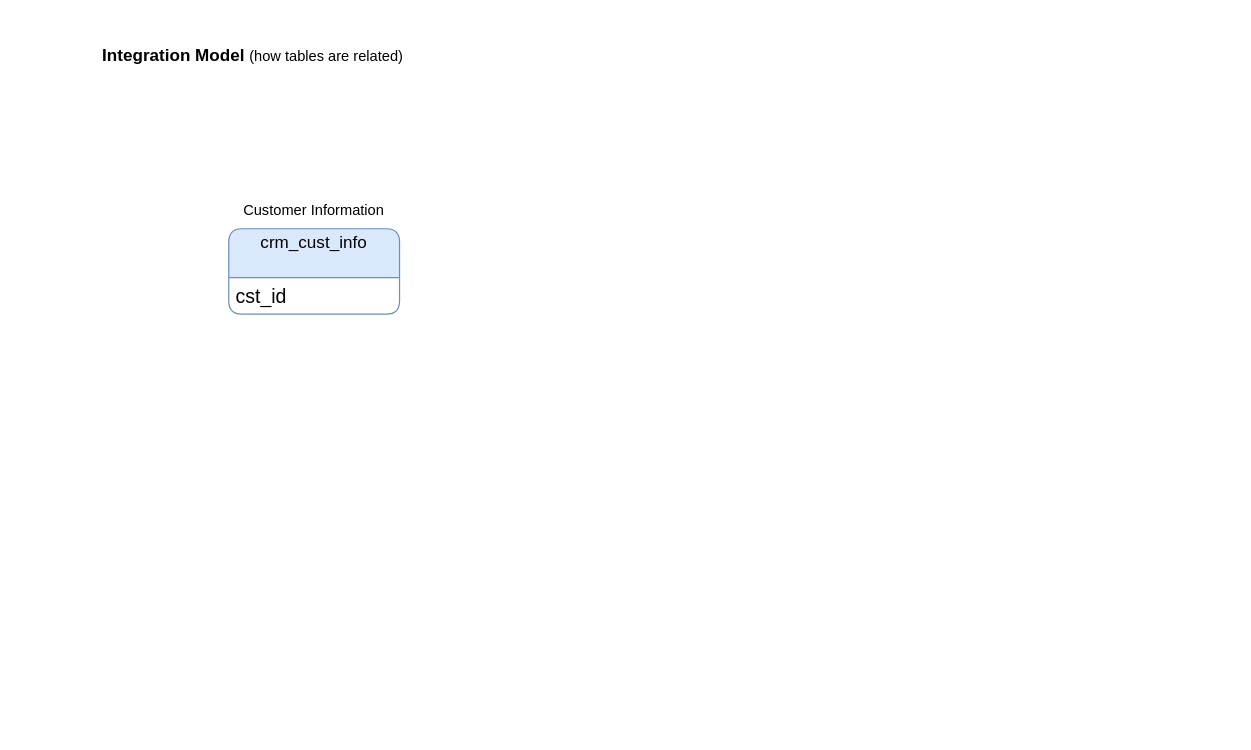
Earlier version of the draw.io diagram DFD for DWH Project/Tables.drawio (Kalyani-Burra/sql-data-warehouse-project). Source tidied: cells renumbered, new cells numbered last; positions are measured from the earlier drawing's top-left corner, leaving out a move shared by most shapes. Both pictures are drawn from the tidied source at 122%, with x=0, y=0 at pixel (94, 33).
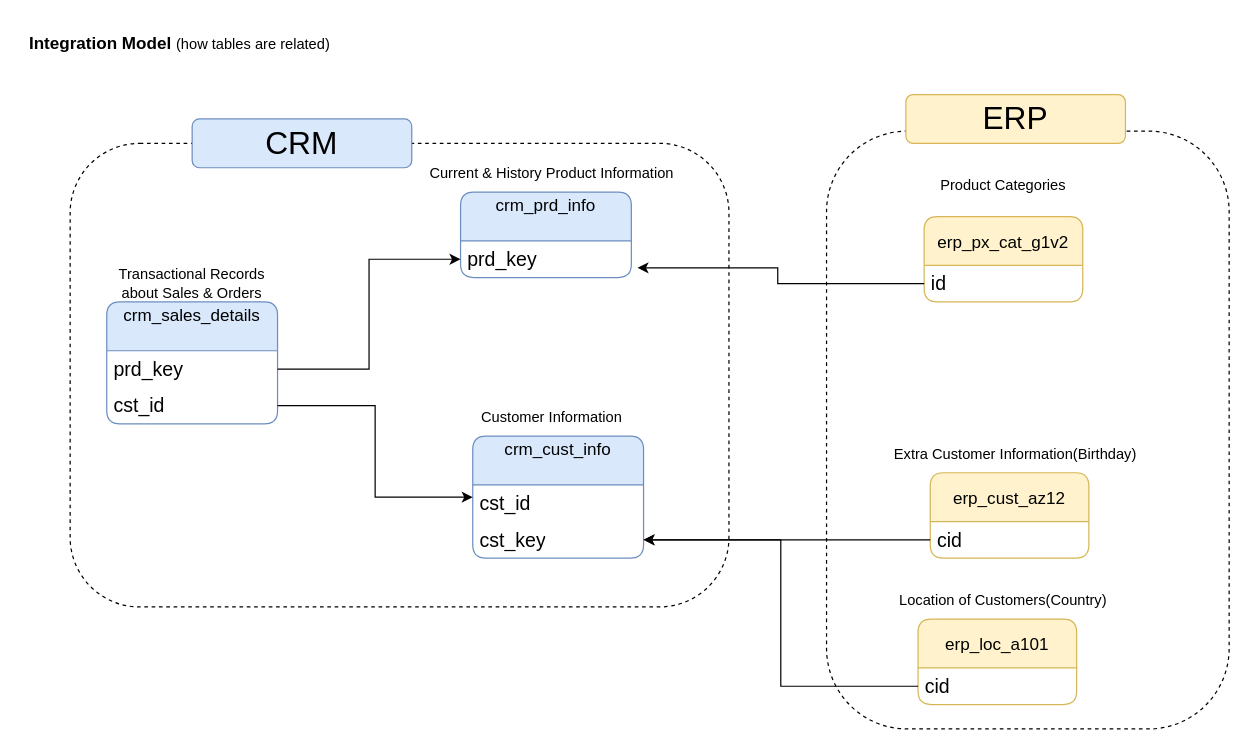
After the change.

What changed in the source:
```diff
@@
     <mxCell id="2" value="&lt;font style=&quot;font-size: 14px;&quot;&gt;crm_cust_info&lt;/font&gt;&lt;div&gt;&lt;br&gt;&lt;/div&gt;" style="swimlane;fontStyle=0;horizontal=1;startSize=40;whiteSpace=wrap;html=1;rounded=1;fillColor=#dae8fc;strokeColor=#6c8ebf;fontSize=16;align=center;verticalAlign=middle;arcSize=9;" parent="1" vertex="1">
-      <mxGeometry x="110" y="160" width="140" height="70" as="geometry" />
+      <mxGeometry x="310" y="330" width="140" height="100" as="geometry" />
     </mxCell>
@@
+    <mxCell id="6" value="cst_key" style="text;strokeColor=none;fillColor=none;align=left;verticalAlign=middle;spacingLeft=4;spacingRight=4;overflow=hidden;points=[[0,0.5],[1,0.5]];portConstraint=eastwest;whiteSpace=wrap;html=1;fontSize=16;" parent="2" vertex="1">
+      <mxGeometry y="70" width="140" height="30" as="geometry" />
+    </mxCell>
     <mxCell id="4" value="&lt;b&gt;&lt;font style=&quot;font-size: 14px;&quot;&gt;Integration Model &lt;/font&gt;&lt;/b&gt;(how tables are related)&lt;div&gt;&lt;br&gt;&lt;/div&gt;" style="text;html=1;whiteSpace=wrap;strokeColor=#FFFFFF;fillColor=none;align=center;verticalAlign=middle;rounded=0;dashed=1;" parent="1" vertex="1">
-      <mxGeometry width="260" height="50" as="geometry" />
+      <mxGeometry x="-60" y="-10" width="260" height="50" as="geometry" />
     </mxCell>
     <mxCell id="5" value="Customer Information" style="text;html=1;whiteSpace=wrap;strokeColor=none;fillColor=none;align=center;verticalAlign=middle;rounded=0;" parent="1" vertex="1">
-      <mxGeometry x="115" y="130" width="130" height="30" as="geometry" />
+      <mxGeometry x="310" y="300" width="130" height="30" as="geometry" />
     </mxCell>
+    <mxCell id="7" value="&lt;font style=&quot;font-size: 14px;&quot;&gt;crm_prd_info&lt;/font&gt;&lt;div&gt;&lt;br&gt;&lt;/div&gt;" style="swimlane;fontStyle=0;horizontal=1;startSize=40;whiteSpace=wrap;html=1;rounded=1;fillColor=#dae8fc;strokeColor=#6c8ebf;fontSize=16;align=center;verticalAlign=middle;arcSize=9;" parent="1" vertex="1">
+      <mxGeometry x="300" y="130" width="140" height="70" as="geometry" />
+    </mxCell>
+    <mxCell id="8" value="prd_key" style="text;strokeColor=none;fillColor=none;align=left;verticalAlign=middle;spacingLeft=4;spacingRight=4;overflow=hidden;points=[[0,0.5],[1,0.5]];portConstraint=eastwest;whiteSpace=wrap;html=1;fontSize=16;" parent="7" vertex="1">
+      <mxGeometry y="40" width="140" height="30" as="geometry" />
+    </mxCell>
+    <mxCell id="9" value="Current &amp;amp; History Product Information" style="text;html=1;whiteSpace=wrap;strokeColor=none;fillColor=none;align=center;verticalAlign=middle;rounded=0;" parent="1" vertex="1">
+      <mxGeometry x="270" y="100" width="210" height="30" as="geometry" />
+    </mxCell>
+    <mxCell id="10" value="&lt;font style=&quot;font-size: 14px;&quot;&gt;crm_sales_details&lt;/font&gt;&lt;div&gt;&lt;br&gt;&lt;/div&gt;" style="swimlane;fontStyle=0;horizontal=1;startSize=40;whiteSpace=wrap;html=1;rounded=1;fillColor=#dae8fc;strokeColor=#6c8ebf;fontSize=16;align=center;verticalAlign=middle;arcSize=9;" parent="1" vertex="1">
+      <mxGeometry x="10" y="220" width="140" height="100" as="geometry" />
+    </mxCell>
+    <mxCell id="11" value="prd_key" style="text;strokeColor=none;fillColor=none;align=left;verticalAlign=middle;spacingLeft=4;spacingRight=4;overflow=hidden;points=[[0,0.5],[1,0.5]];portConstraint=eastwest;whiteSpace=wrap;html=1;fontSize=16;" parent="10" vertex="1">
+      <mxGeometry y="40" width="140" height="30" as="geometry" />
+    </mxCell>
+    <mxCell id="12" value="cst_id" style="text;strokeColor=none;fillColor=none;align=left;verticalAlign=middle;spacingLeft=4;spacingRight=4;overflow=hidden;points=[[0,0.5],[1,0.5]];portConstraint=eastwest;whiteSpace=wrap;html=1;fontSize=16;" parent="10" vertex="1">
+      <mxGeometry y="70" width="140" height="30" as="geometry" />
+    </mxCell>
+    <mxCell id="13" value="Transactional Records about Sales &amp;amp; Orders" style="text;html=1;whiteSpace=wrap;strokeColor=none;fillColor=none;align=center;verticalAlign=middle;rounded=0;" parent="1" vertex="1">
+      <mxGeometry x="15" y="190" width="130" height="30" as="geometry" />
+    </mxCell>
+    <mxCell id="14" style="edgeStyle=orthogonalEdgeStyle;rounded=0;jettySize=auto;html=1;entryX=0;entryY=0.5;entryDx=0;entryDy=0;" parent="1" edge="1" source="11" target="8">
+      <mxGeometry relative="1" as="geometry" />
+    </mxCell>
+    <mxCell id="15" style="edgeStyle=orthogonalEdgeStyle;rounded=0;jettySize=auto;html=1;entryX=0;entryY=0.5;entryDx=0;entryDy=0;" parent="1" edge="1" source="12" target="2">
+      <mxGeometry relative="1" as="geometry" />
+    </mxCell>
+    <mxCell id="16" value="&lt;div&gt;&lt;span style=&quot;font-size: 14px;&quot;&gt;erp_cust_az12&lt;/span&gt;&lt;/div&gt;" style="swimlane;fontStyle=0;horizontal=1;startSize=40;whiteSpace=wrap;html=1;rounded=1;fillColor=#fff2cc;strokeColor=#d6b656;fontSize=16;align=center;verticalAlign=middle;arcSize=9;" parent="1" vertex="1">
+      <mxGeometry x="685" y="360" width="130" height="70" as="geometry" />
+    </mxCell>
+    <mxCell id="17" value="cid" style="text;strokeColor=none;fillColor=none;align=left;verticalAlign=middle;spacingLeft=4;spacingRight=4;overflow=hidden;points=[[0,0.5],[1,0.5]];portConstraint=eastwest;whiteSpace=wrap;html=1;fontSize=16;" parent="16" vertex="1">
+      <mxGeometry y="40" width="130" height="30" as="geometry" />
+    </mxCell>
+    <mxCell id="18" value="Extra Customer Information(Birthday)" style="text;html=1;whiteSpace=wrap;strokeColor=none;fillColor=none;align=center;verticalAlign=middle;rounded=0;" parent="1" vertex="1">
+      <mxGeometry x="650" y="330" width="210" height="30" as="geometry" />
+    </mxCell>
+    <mxCell id="19" style="edgeStyle=orthogonalEdgeStyle;rounded=0;jettySize=auto;html=1;entryX=1;entryY=0.5;entryDx=0;entryDy=0;" parent="1" edge="1" source="17" target="6">
+      <mxGeometry relative="1" as="geometry" />
+    </mxCell>
+    <mxCell id="20" value="&lt;div&gt;&lt;span style=&quot;font-size: 14px;&quot;&gt;erp_loc_a101&lt;/span&gt;&lt;/div&gt;" style="swimlane;fontStyle=0;horizontal=1;startSize=40;whiteSpace=wrap;html=1;rounded=1;fillColor=#fff2cc;strokeColor=#d6b656;fontSize=16;align=center;verticalAlign=middle;arcSize=9;" parent="1" vertex="1">
+      <mxGeometry x="675" y="480" width="130" height="70" as="geometry" />
+    </mxCell>
+    <mxCell id="21" value="cid" style="text;strokeColor=none;fillColor=none;align=left;verticalAlign=middle;spacingLeft=4;spacingRight=4;overflow=hidden;points=[[0,0.5],[1,0.5]];portConstraint=eastwest;whiteSpace=wrap;html=1;fontSize=16;" parent="20" vertex="1">
+      <mxGeometry y="40" width="130" height="30" as="geometry" />
+    </mxCell>
+    <mxCell id="22" value="Location of Customers(Country)" style="text;html=1;whiteSpace=wrap;strokeColor=none;fillColor=none;align=center;verticalAlign=middle;rounded=0;" parent="1" vertex="1">
+      <mxGeometry x="640" y="450" width="210" height="30" as="geometry" />
+    </mxCell>
+    <mxCell id="23" style="edgeStyle=orthogonalEdgeStyle;rounded=0;jettySize=auto;html=1;entryX=1;entryY=0.5;entryDx=0;entryDy=0;" parent="1" edge="1" source="21" target="6">
+      <mxGeometry relative="1" as="geometry" />
+    </mxCell>
+    <mxCell id="24" value="&lt;div&gt;&lt;span style=&quot;font-size: 14px;&quot;&gt;erp_px_cat_g1v2&lt;/span&gt;&lt;/div&gt;" style="swimlane;fontStyle=0;horizontal=1;startSize=40;whiteSpace=wrap;html=1;rounded=1;fillColor=#fff2cc;strokeColor=#d6b656;fontSize=16;align=center;verticalAlign=middle;arcSize=9;" parent="1" vertex="1">
+      <mxGeometry x="680" y="150" width="130" height="70" as="geometry" />
+    </mxCell>
+    <mxCell id="25" value="id" style="text;strokeColor=none;fillColor=none;align=left;verticalAlign=middle;spacingLeft=4;spacingRight=4;overflow=hidden;points=[[0,0.5],[1,0.5]];portConstraint=eastwest;whiteSpace=wrap;html=1;fontSize=16;" parent="24" vertex="1">
+      <mxGeometry y="40" width="130" height="30" as="geometry" />
+    </mxCell>
+    <mxCell id="26" value="Product Categories" style="text;html=1;whiteSpace=wrap;strokeColor=none;fillColor=none;align=center;verticalAlign=middle;rounded=0;" parent="1" vertex="1">
+      <mxGeometry x="640" y="110" width="210" height="30" as="geometry" />
+    </mxCell>
+    <mxCell id="27" style="edgeStyle=orthogonalEdgeStyle;rounded=0;jettySize=auto;html=1;entryX=1.036;entryY=0.733;entryDx=0;entryDy=0;entryPerimeter=0;" parent="1" edge="1" source="25" target="8">
+      <mxGeometry relative="1" as="geometry" />
+    </mxCell>
+    <mxCell id="28" style="rounded=1;whiteSpace=wrap;html=1;fillColor=none;dashed=1;" parent="1" vertex="1">
+      <mxGeometry x="-20" y="90" width="540" height="380" as="geometry" />
+    </mxCell>
+    <mxCell id="29" value="CRM" style="rounded=1;whiteSpace=wrap;html=1;fillColor=#dae8fc;strokeColor=#6c8ebf;fontSize=26;" parent="1" vertex="1">
+      <mxGeometry x="80" y="70" width="180" height="40" as="geometry" />
+    </mxCell>
+    <mxCell id="30" style="rounded=1;whiteSpace=wrap;html=1;fillColor=none;arcSize=20;dashed=1;" parent="1" vertex="1">
+      <mxGeometry x="600" y="80" width="330" height="490" as="geometry" />
+    </mxCell>
+    <mxCell id="31" value="ERP" style="rounded=1;whiteSpace=wrap;html=1;fillColor=#fff2cc;strokeColor=#d6b656;fontSize=26;" parent="1" vertex="1">
+      <mxGeometry x="665" y="50" width="180" height="40" as="geometry" />
+    </mxCell>
```
